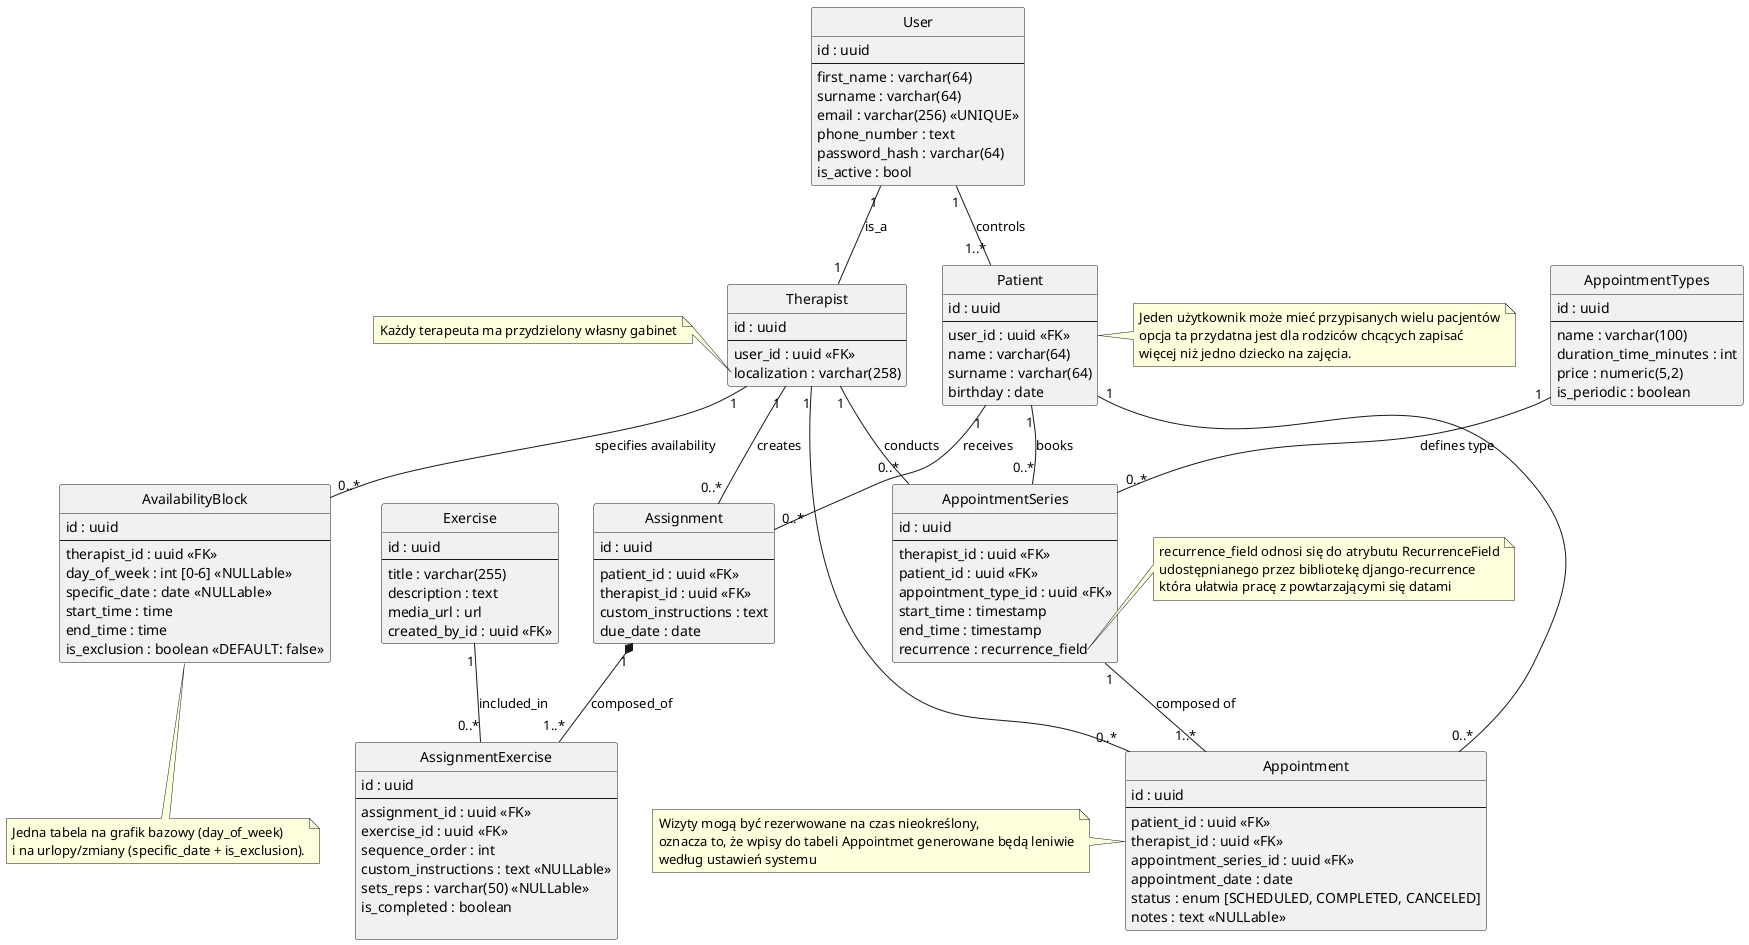
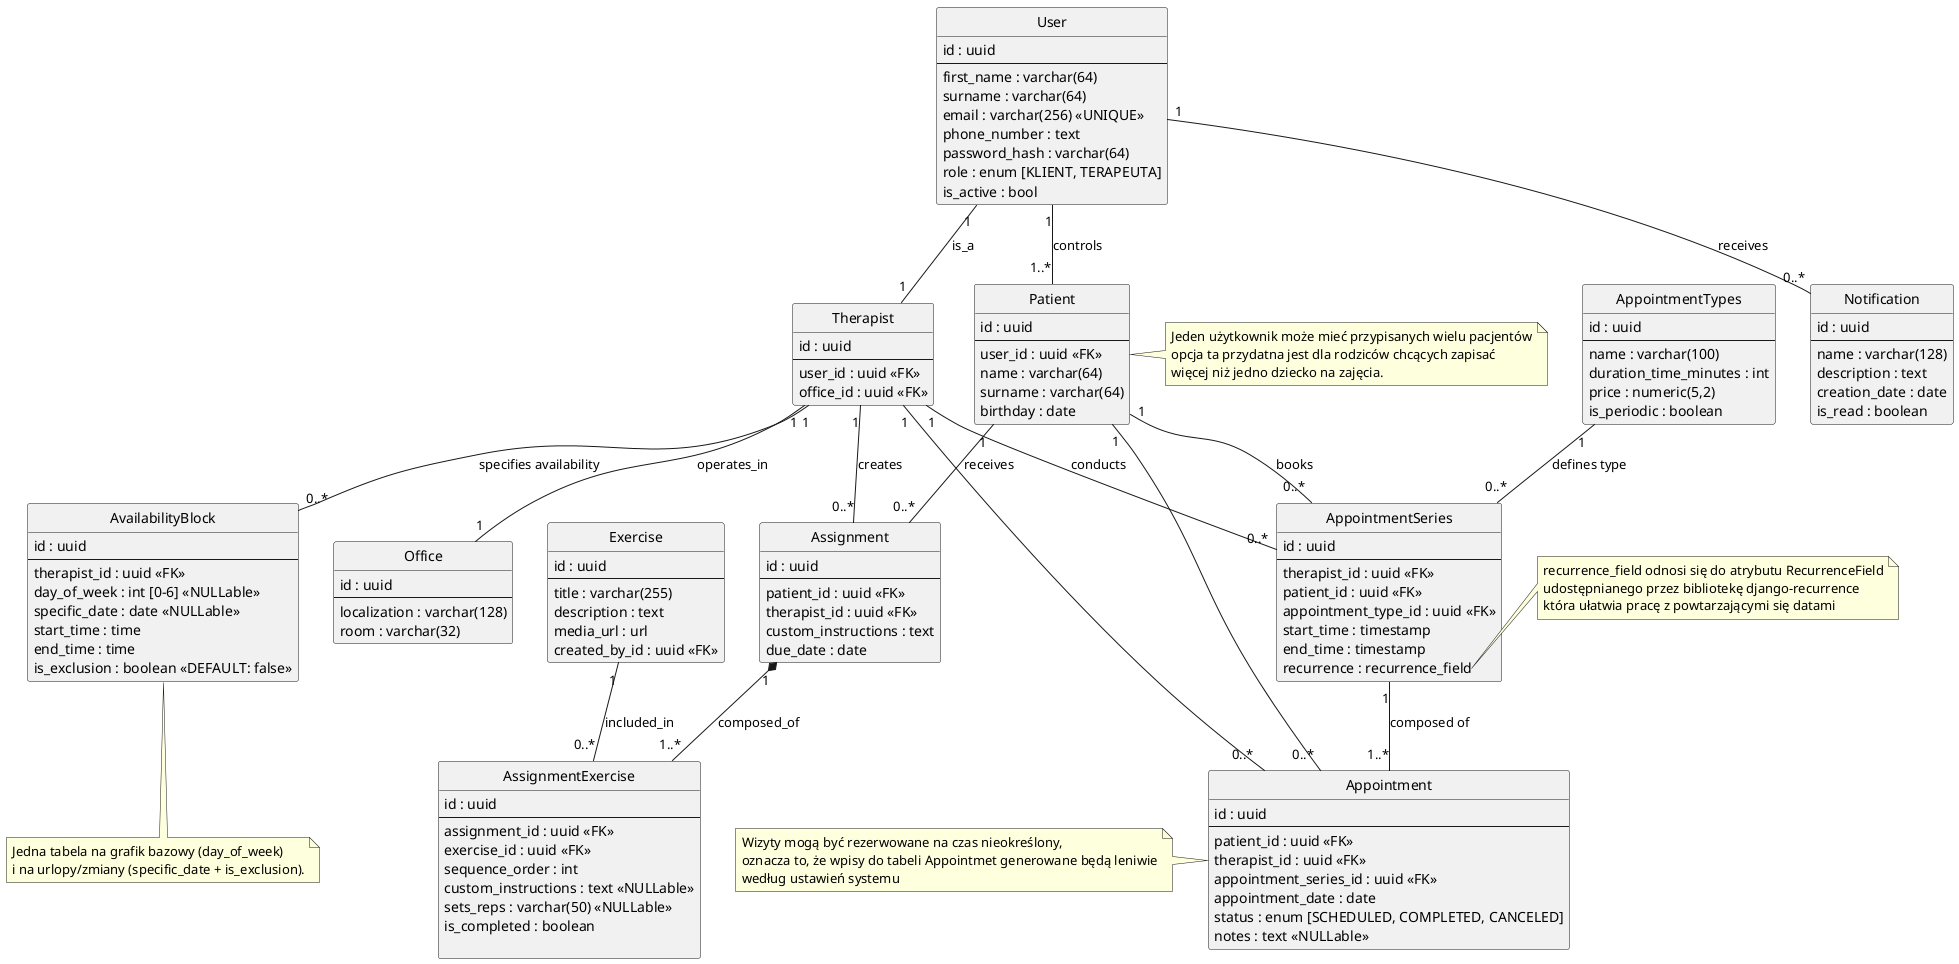
@startuml Speech Therapy Office Management System (sTOMs)

hide empty methods
hide circle




'---------------
' Profiles
'---------------

class User {
    id : uuid
--
    first_name : varchar(64)
    surname : varchar(64)
    email : varchar(256) <<UNIQUE>>
    phone_number : text
    password_hash : varchar(64)
+     role : enum [KLIENT, TERAPEUTA]
    is_active : bool
}


class Therapist {
    id : uuid
--
    user_id : uuid <<FK>>
-     localization : varchar(258)
+     office_id : uuid <<FK>>
}
note left of Therapist::localization
Każdy terapeuta ma przydzielony własny gabinet
endnote

class Patient {
    id : uuid
--
    user_id : uuid <<FK>>
    name : varchar(64)
    surname : varchar(64)
    birthday : date
}
note right
Jeden użytkownik może mieć przypisanych wielu pacjentów
opcja ta przydatna jest dla rodziców chcących zapisać
więcej niż jedno dziecko na zajęcia.
endnote

User "1" -- "1" Therapist : is_a
User "1" -- "1..*" Patient : controls

+ 
+ '---------------
+ ' Offices
+ '---------------
+ 
+ class Office {
+     id : uuid
+ --
+     localization : varchar(128)
+     room : varchar(32)
+ }
+ 
+ Therapist "1" -- "1" Office : operates_in
+ 
+ '---------------
+ ' Notifications
+ '---------------
+ 
+ 
+ class Notification{
+     id : uuid
+ --
+     name : varchar(128)
+     description : text
+     creation_date : date
+     is_read : boolean
+ }
+ 
+ User "1" -- "0..*" Notification : receives

'---------------
' Therapy and Scheduling
'---------------

class AppointmentTypes {
    id : uuid
--
    name : varchar(100)
    duration_time_minutes : int
    price : numeric(5,2)
    is_periodic : boolean
}

class AvailabilityBlock {
    id : uuid
--
    therapist_id : uuid <<FK>>
    day_of_week : int [0-6] <<NULLable>>
    specific_date : date <<NULLable>>
    start_time : time
    end_time : time
    is_exclusion : boolean <<DEFAULT: false>>
}
note bottom: Jedna tabela na grafik bazowy (day_of_week)\ni na urlopy/zmiany (specific_date + is_exclusion).


class Appointment {
    id : uuid
--
    patient_id : uuid <<FK>>
    therapist_id : uuid <<FK>>
    appointment_series_id : uuid <<FK>>
    appointment_date : date
    status : enum [SCHEDULED, COMPLETED, CANCELED]
    notes : text <<NULLable>>
}
note left of Appointment
Wizyty mogą być rezerwowane na czas nieokreślony,
oznacza to, że wpisy do tabeli Appointmet generowane będą leniwie
według ustawień systemu
endnote

class AppointmentSeries {
    id : uuid
--
    therapist_id : uuid <<FK>>
    patient_id : uuid <<FK>>
    appointment_type_id : uuid <<FK>>
    start_time : timestamp
    end_time : timestamp
    recurrence : recurrence_field
}
note right of AppointmentSeries::recurrence
recurrence_field odnosi się do atrybutu RecurrenceField
udostępnianego przez bibliotekę django-recurrence
która ułatwia pracę z powtarzającymi się datami
endnote

Therapist "1" -- "0..*" AvailabilityBlock : specifies availability
Patient "1" -- "0..*" Appointment
Therapist "1" -- "0..*" Appointment
Patient "1" -- "0..*" AppointmentSeries : books
Therapist "1" -- "0..*" AppointmentSeries : conducts
AppointmentTypes "1" -- "0..*" AppointmentSeries : defines type
AppointmentSeries "1" -- "1..*" Appointment : composed of


'---------------
' Home Assignments
'---------------

class Exercise {
    id : uuid
--
    title : varchar(255)
    description : text
    media_url : url
    created_by_id : uuid <<FK>>
}


class Assignment {
    id : uuid
--
    patient_id : uuid <<FK>>
    therapist_id : uuid <<FK>>
    custom_instructions : text
    due_date : date
}

class AssignmentExercise {
    id : uuid
--
    assignment_id : uuid <<FK>>
    exercise_id : uuid <<FK>>
    sequence_order : int
    custom_instructions : text <<NULLable>>
    sets_reps : varchar(50) <<NULLable>>
    is_completed : boolean

}

Therapist "1" -- "0..*" Assignment : creates
Patient "1" -- "0..*" Assignment : receives

Assignment "1" *-- "1..*" AssignmentExercise : composed_of
Exercise "1" -- "0..*" AssignmentExercise : included_in

@enduml
